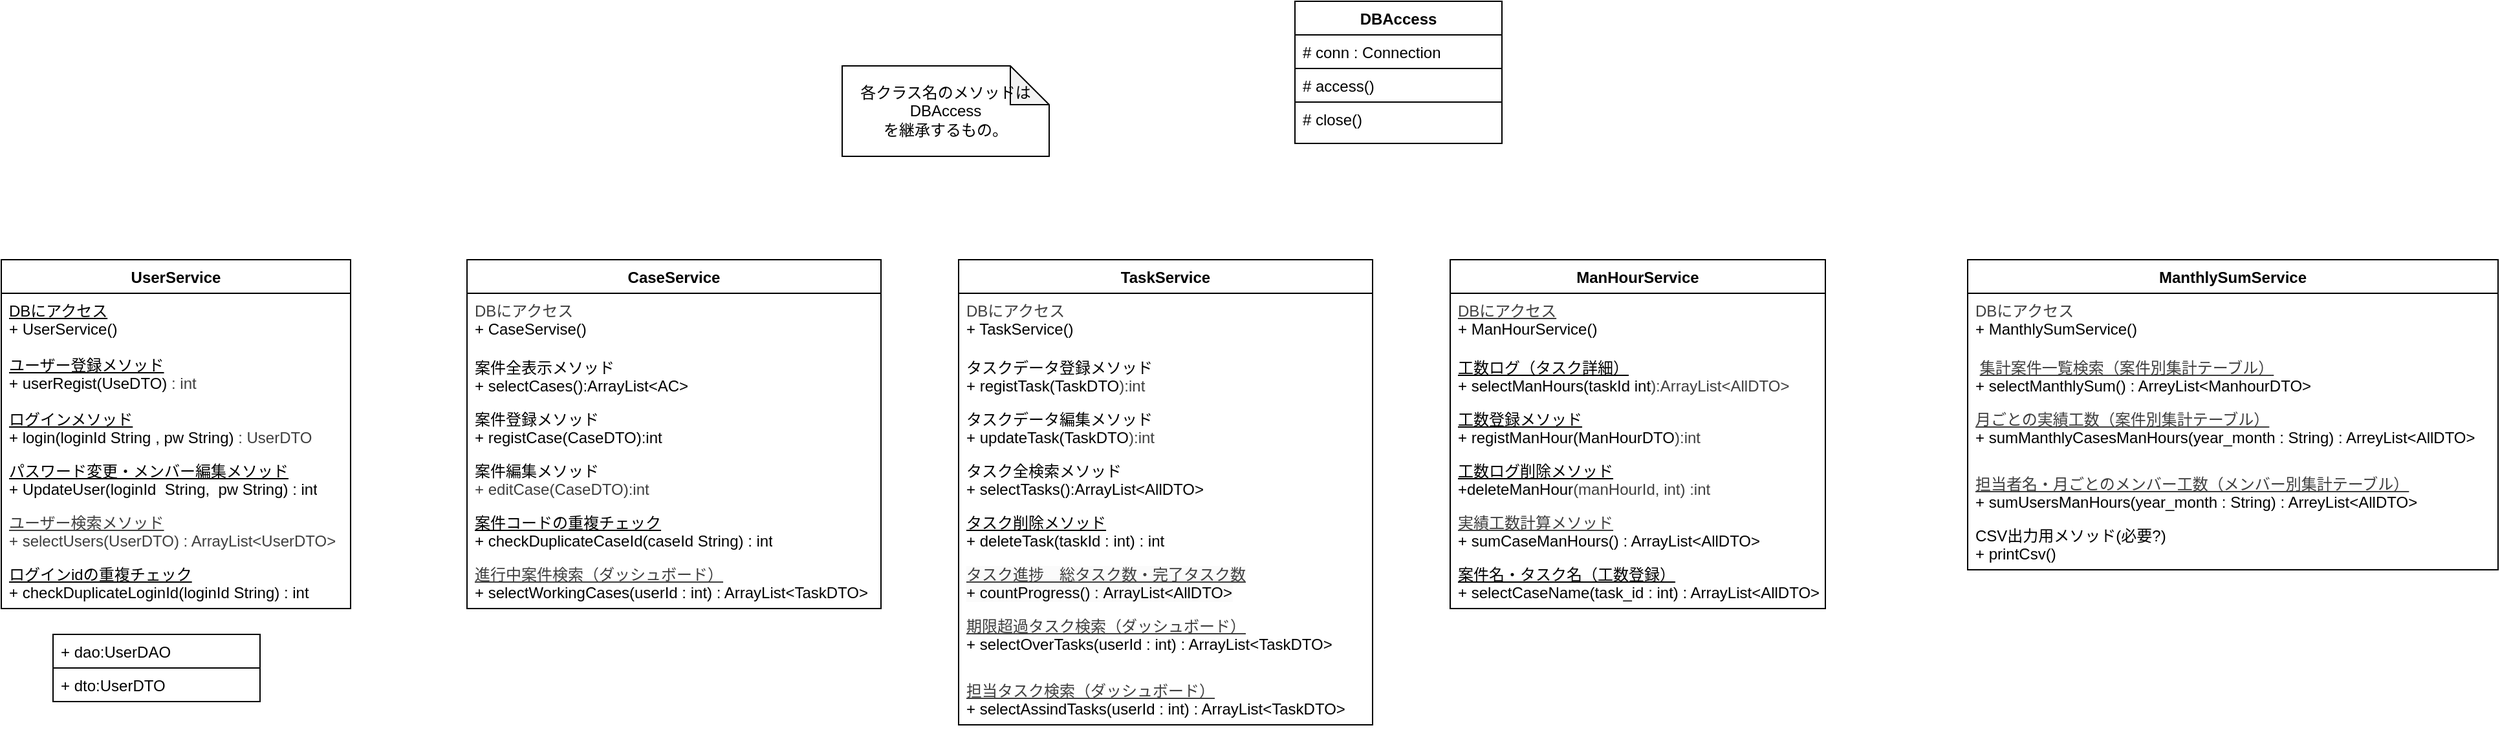
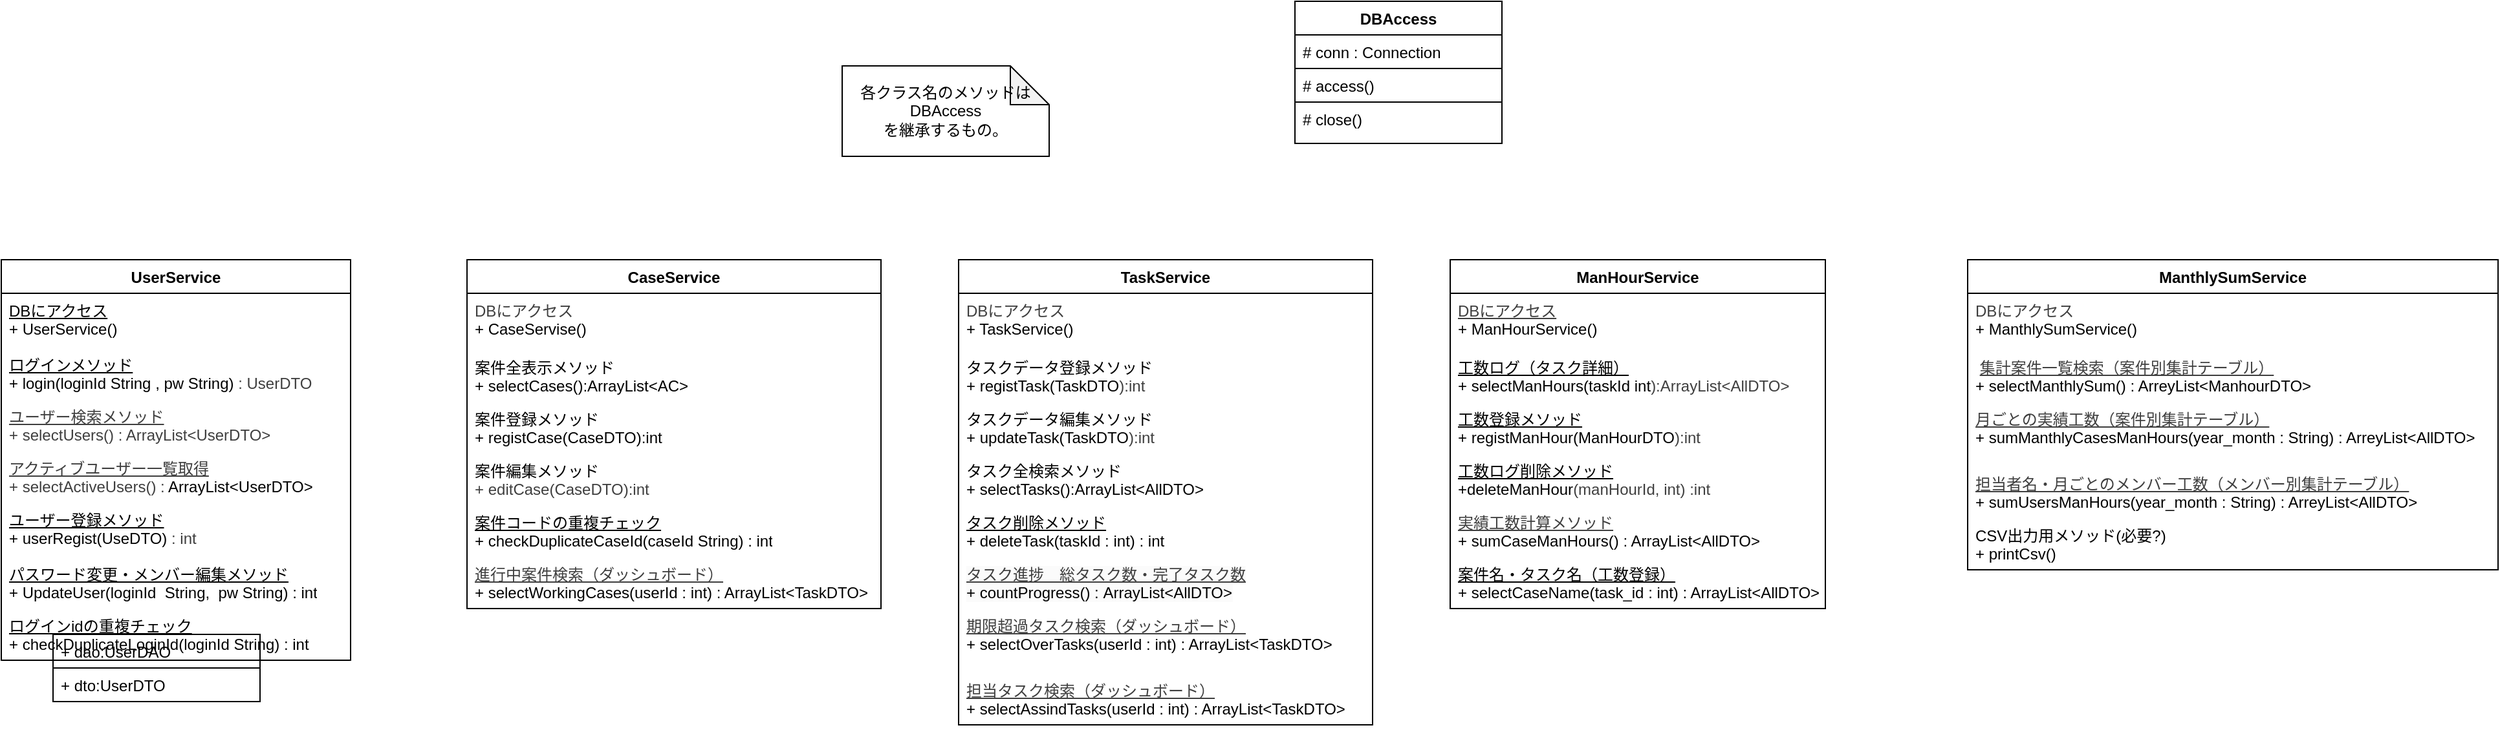
<mxfile host="65bd71144e">
    <diagram id="vtqDsGyhjbo1Ara4jLw-" name="クラス図　Service">
-         <mxGraphModel dx="1401" dy="1623" grid="1" gridSize="10" guides="1" tooltips="1" connect="1" arrows="1" fold="1" page="1" pageScale="1" pageWidth="827" pageHeight="1169" math="0" shadow="0">
+         <mxGraphModel dx="1334" dy="1657" grid="1" gridSize="10" guides="1" tooltips="1" connect="1" arrows="1" fold="1" page="1" pageScale="1" pageWidth="827" pageHeight="1169" math="0" shadow="0">
            <root>
                <mxCell id="0"/>
                <mxCell id="1" parent="0"/>
                <mxCell id="sEulbgWXGhEAaZwcWKiL-1" value="UserService" style="swimlane;fontStyle=1;align=center;verticalAlign=top;childLayout=stackLayout;horizontal=1;startSize=26;horizontalStack=0;resizeParent=1;resizeParentMax=0;resizeLast=0;collapsible=1;marginBottom=0;whiteSpace=wrap;html=1;strokeColor=default;" parent="1" vertex="1">
-                     <mxGeometry x="-640" y="-520" width="270" height="270" as="geometry"/>
+                     <mxGeometry x="-640" y="-520" width="270" height="310" as="geometry"/>
                </mxCell>
                <mxCell id="sEulbgWXGhEAaZwcWKiL-2" value="&lt;div&gt;&lt;font face=&quot;Helvetica&quot;&gt;&lt;u&gt;DBにアクセス&lt;/u&gt;&lt;/font&gt;&lt;/div&gt;&lt;font face=&quot;Helvetica&quot;&gt;+ UserService()&lt;/font&gt;" style="text;strokeColor=none;fillColor=none;align=left;verticalAlign=top;spacingLeft=4;spacingRight=4;overflow=hidden;rotatable=0;points=[[0,0.5],[1,0.5]];portConstraint=eastwest;whiteSpace=wrap;html=1;" parent="sEulbgWXGhEAaZwcWKiL-1" vertex="1">
                    <mxGeometry y="26" width="270" height="42" as="geometry"/>
                </mxCell>
+                 <mxCell id="sEulbgWXGhEAaZwcWKiL-4" value="&lt;div&gt;&lt;u&gt;ログインメソッド&lt;/u&gt;&lt;/div&gt;+ login(loginId String , pw String)&amp;nbsp;&lt;span style=&quot;color: rgb(63, 63, 63); background-color: transparent;&quot;&gt;: UserDTO&lt;/span&gt;" style="text;strokeColor=none;fillColor=none;align=left;verticalAlign=top;spacingLeft=4;spacingRight=4;overflow=hidden;rotatable=0;points=[[0,0.5],[1,0.5]];portConstraint=eastwest;whiteSpace=wrap;html=1;" parent="sEulbgWXGhEAaZwcWKiL-1" vertex="1">
+                     <mxGeometry y="68" width="270" height="40" as="geometry"/>
+                 </mxCell>
+                 <mxCell id="28" value="&lt;u style=&quot;color: rgb(63, 63, 63); scrollbar-color: rgb(226, 226, 226) rgb(251, 251, 251);&quot;&gt;ユーザー検索メソッド&lt;/u&gt;&lt;br style=&quot;color: rgb(63, 63, 63); scrollbar-color: rgb(226, 226, 226) rgb(251, 251, 251);&quot;&gt;&lt;div style=&quot;color: rgb(63, 63, 63); scrollbar-color: rgb(226, 226, 226) rgb(251, 251, 251);&quot;&gt;+ selectUsers() : &lt;span style=&quot;color: rgb(63, 63, 63); scrollbar-color: rgb(226, 226, 226) rgb(251, 251, 251); background-color: transparent;&quot;&gt;ArrayList&amp;lt;UserDTO&amp;gt;&lt;/span&gt;&lt;/div&gt;" style="text;strokeColor=none;fillColor=none;align=left;verticalAlign=top;spacingLeft=4;spacingRight=4;overflow=hidden;rotatable=0;points=[[0,0.5],[1,0.5]];portConstraint=eastwest;whiteSpace=wrap;html=1;" parent="sEulbgWXGhEAaZwcWKiL-1" vertex="1">
+                     <mxGeometry y="108" width="270" height="40" as="geometry"/>
+                 </mxCell>
+                 <mxCell id="55" value="&lt;u style=&quot;color: rgb(63, 63, 63); scrollbar-color: rgb(226, 226, 226) rgb(251, 251, 251);&quot;&gt;アクティブユーザー一覧取得&lt;/u&gt;&lt;div style=&quot;color: rgb(63, 63, 63); scrollbar-color: rgb(226, 226, 226) rgb(251, 251, 251);&quot;&gt;+ selectActiveUsers() : &lt;span style=&quot;scrollbar-color: rgb(226, 226, 226) rgb(251, 251, 251); background-color: transparent; color: rgb(0, 0, 0);&quot;&gt;ArrayList&amp;lt;UserDTO&amp;gt;&lt;/span&gt;&lt;/div&gt;" style="text;strokeColor=none;fillColor=none;align=left;verticalAlign=top;spacingLeft=4;spacingRight=4;overflow=hidden;rotatable=0;points=[[0,0.5],[1,0.5]];portConstraint=eastwest;whiteSpace=wrap;html=1;" vertex="1" parent="sEulbgWXGhEAaZwcWKiL-1">
+                     <mxGeometry y="148" width="270" height="40" as="geometry"/>
+                 </mxCell>
                <mxCell id="sEulbgWXGhEAaZwcWKiL-3" value="&lt;div&gt;&lt;font face=&quot;Helvetica&quot;&gt;&lt;u&gt;ユーザー登録メソッド&lt;/u&gt;&lt;/font&gt;&lt;/div&gt;&lt;font face=&quot;Helvetica&quot;&gt;+ userRegist(UseDTO)&amp;nbsp;&lt;/font&gt;&lt;span style=&quot;color: rgb(63, 63, 63); background-color: transparent;&quot;&gt;: int&lt;/span&gt;" style="text;strokeColor=none;fillColor=none;align=left;verticalAlign=top;spacingLeft=4;spacingRight=4;overflow=hidden;rotatable=0;points=[[0,0.5],[1,0.5]];portConstraint=eastwest;whiteSpace=wrap;html=1;" parent="sEulbgWXGhEAaZwcWKiL-1" vertex="1">
-                     <mxGeometry y="68" width="270" height="42" as="geometry"/>
-                 </mxCell>
-                 <mxCell id="sEulbgWXGhEAaZwcWKiL-4" value="&lt;div&gt;&lt;u&gt;ログインメソッド&lt;/u&gt;&lt;/div&gt;+ login(loginId String , pw String)&amp;nbsp;&lt;span style=&quot;color: rgb(63, 63, 63); background-color: transparent;&quot;&gt;: UserDTO&lt;/span&gt;" style="text;strokeColor=none;fillColor=none;align=left;verticalAlign=top;spacingLeft=4;spacingRight=4;overflow=hidden;rotatable=0;points=[[0,0.5],[1,0.5]];portConstraint=eastwest;whiteSpace=wrap;html=1;" parent="sEulbgWXGhEAaZwcWKiL-1" vertex="1">
-                     <mxGeometry y="110" width="270" height="40" as="geometry"/>
+                     <mxGeometry y="188" width="270" height="42" as="geometry"/>
                </mxCell>
                <mxCell id="sEulbgWXGhEAaZwcWKiL-5" value="&lt;u&gt;パスワード変更・メンバー編集メソッド&lt;/u&gt;&lt;div&gt;+ UpdateUser(loginId&amp;nbsp; String,&amp;nbsp; pw String) : int&lt;/div&gt;" style="text;strokeColor=none;fillColor=none;align=left;verticalAlign=top;spacingLeft=4;spacingRight=4;overflow=hidden;rotatable=0;points=[[0,0.5],[1,0.5]];portConstraint=eastwest;whiteSpace=wrap;html=1;" parent="sEulbgWXGhEAaZwcWKiL-1" vertex="1">
-                     <mxGeometry y="150" width="270" height="40" as="geometry"/>
-                 </mxCell>
-                 <mxCell id="28" value="&lt;u style=&quot;color: rgb(63, 63, 63); scrollbar-color: rgb(226, 226, 226) rgb(251, 251, 251);&quot;&gt;ユーザー検索メソッド&lt;/u&gt;&lt;br style=&quot;color: rgb(63, 63, 63); scrollbar-color: rgb(226, 226, 226) rgb(251, 251, 251);&quot;&gt;&lt;div style=&quot;color: rgb(63, 63, 63); scrollbar-color: rgb(226, 226, 226) rgb(251, 251, 251);&quot;&gt;+ selectUsers(UserDTO) : &lt;span style=&quot;color: rgb(63, 63, 63); scrollbar-color: rgb(226, 226, 226) rgb(251, 251, 251); background-color: transparent;&quot;&gt;ArrayList&amp;lt;UserDTO&amp;gt;&lt;/span&gt;&lt;/div&gt;" style="text;strokeColor=none;fillColor=none;align=left;verticalAlign=top;spacingLeft=4;spacingRight=4;overflow=hidden;rotatable=0;points=[[0,0.5],[1,0.5]];portConstraint=eastwest;whiteSpace=wrap;html=1;" parent="sEulbgWXGhEAaZwcWKiL-1" vertex="1">
-                     <mxGeometry y="190" width="270" height="40" as="geometry"/>
+                     <mxGeometry y="230" width="270" height="40" as="geometry"/>
                </mxCell>
                <mxCell id="52" value="&lt;u&gt;ログインidの重複チェック&lt;/u&gt;&lt;div&gt;+ checkDuplicateLoginId(loginId String) : int&lt;/div&gt;" style="text;strokeColor=none;fillColor=none;align=left;verticalAlign=top;spacingLeft=4;spacingRight=4;overflow=hidden;rotatable=0;points=[[0,0.5],[1,0.5]];portConstraint=eastwest;whiteSpace=wrap;html=1;" parent="sEulbgWXGhEAaZwcWKiL-1" vertex="1">
-                     <mxGeometry y="230" width="270" height="40" as="geometry"/>
+                     <mxGeometry y="270" width="270" height="40" as="geometry"/>
                </mxCell>
                <mxCell id="sEulbgWXGhEAaZwcWKiL-6" value="DBAccess" style="swimlane;fontStyle=1;align=center;verticalAlign=top;childLayout=stackLayout;horizontal=1;startSize=26;horizontalStack=0;resizeParent=1;resizeParentMax=0;resizeLast=0;collapsible=1;marginBottom=0;whiteSpace=wrap;html=1;strokeColor=default;" parent="1" vertex="1">
                    <mxGeometry x="360" y="-720" width="160" height="110" as="geometry"/>
                </mxCell>
                <mxCell id="sEulbgWXGhEAaZwcWKiL-7" value="# conn : Connection" style="text;strokeColor=default;fillColor=none;align=left;verticalAlign=top;spacingLeft=4;spacingRight=4;overflow=hidden;rotatable=0;points=[[0,0.5],[1,0.5]];portConstraint=eastwest;whiteSpace=wrap;html=1;" parent="sEulbgWXGhEAaZwcWKiL-6" vertex="1">
                    <mxGeometry y="26" width="160" height="26" as="geometry"/>
                </mxCell>
                <mxCell id="sEulbgWXGhEAaZwcWKiL-8" value="# access()" style="text;strokeColor=default;fillColor=none;align=left;verticalAlign=top;spacingLeft=4;spacingRight=4;overflow=hidden;rotatable=0;points=[[0,0.5],[1,0.5]];portConstraint=eastwest;whiteSpace=wrap;html=1;" parent="sEulbgWXGhEAaZwcWKiL-6" vertex="1">
                    <mxGeometry y="52" width="160" height="26" as="geometry"/>
                </mxCell>
                <mxCell id="sEulbgWXGhEAaZwcWKiL-9" value="# close()" style="text;strokeColor=default;fillColor=none;align=left;verticalAlign=top;spacingLeft=4;spacingRight=4;overflow=hidden;rotatable=0;points=[[0,0.5],[1,0.5]];portConstraint=eastwest;whiteSpace=wrap;html=1;" parent="sEulbgWXGhEAaZwcWKiL-6" vertex="1">
                    <mxGeometry y="78" width="160" height="32" as="geometry"/>
                </mxCell>
                <mxCell id="sEulbgWXGhEAaZwcWKiL-10" value="CaseService" style="swimlane;fontStyle=1;align=center;verticalAlign=top;childLayout=stackLayout;horizontal=1;startSize=26;horizontalStack=0;resizeParent=1;resizeParentMax=0;resizeLast=0;collapsible=1;marginBottom=0;whiteSpace=wrap;html=1;" parent="1" vertex="1">
                    <mxGeometry x="-280" y="-520" width="320" height="270" as="geometry"/>
                </mxCell>
                <mxCell id="sEulbgWXGhEAaZwcWKiL-11" value="&lt;div&gt;&lt;span style=&quot;color: rgb(63, 63, 63);&quot;&gt;DBにアクセス&lt;/span&gt;&lt;/div&gt;+ CaseServise()" style="text;strokeColor=none;fillColor=none;align=left;verticalAlign=top;spacingLeft=4;spacingRight=4;overflow=hidden;rotatable=0;points=[[0,0.5],[1,0.5]];portConstraint=eastwest;whiteSpace=wrap;html=1;" parent="sEulbgWXGhEAaZwcWKiL-10" vertex="1">
                    <mxGeometry y="26" width="320" height="44" as="geometry"/>
                </mxCell>
                <mxCell id="sEulbgWXGhEAaZwcWKiL-14" value="案件全表示メソッド&lt;div&gt;&lt;div&gt;&lt;font color=&quot;#000000&quot;&gt;+ selectCases(&lt;/font&gt;&lt;span style=&quot;background-color: transparent;&quot;&gt;):ArrayList&amp;lt;AC&amp;gt;&lt;/span&gt;&lt;/div&gt;&lt;/div&gt;" style="text;strokeColor=none;fillColor=none;align=left;verticalAlign=top;spacingLeft=4;spacingRight=4;overflow=hidden;rotatable=0;points=[[0,0.5],[1,0.5]];portConstraint=eastwest;whiteSpace=wrap;html=1;" parent="sEulbgWXGhEAaZwcWKiL-10" vertex="1">
                    <mxGeometry y="70" width="320" height="40" as="geometry"/>
                </mxCell>
                <mxCell id="sEulbgWXGhEAaZwcWKiL-12" value="案件登録メソッド&lt;div&gt;&lt;font color=&quot;#000000&quot;&gt;+ registCase(CaseDTO):int&lt;/font&gt;&lt;/div&gt;" style="text;strokeColor=none;fillColor=none;align=left;verticalAlign=top;spacingLeft=4;spacingRight=4;overflow=hidden;rotatable=0;points=[[0,0.5],[1,0.5]];portConstraint=eastwest;whiteSpace=wrap;html=1;" parent="sEulbgWXGhEAaZwcWKiL-10" vertex="1">
                    <mxGeometry y="110" width="320" height="40" as="geometry"/>
                </mxCell>
                <mxCell id="41" value="&lt;span style=&quot;color: rgb(0, 0, 0);&quot;&gt;案件編集メソッド&lt;/span&gt;&lt;div style=&quot;color: rgb(63, 63, 63); scrollbar-color: rgb(226, 226, 226) rgb(251, 251, 251);&quot;&gt;&lt;font style=&quot;scrollbar-color: rgb(226, 226, 226) rgb(251, 251, 251);&quot;&gt;+ editCase(CaseDTO&lt;/font&gt;&lt;span style=&quot;color: rgb(63, 63, 63); scrollbar-color: rgb(226, 226, 226) rgb(251, 251, 251); background-color: transparent;&quot;&gt;):int&lt;/span&gt;&lt;/div&gt;" style="text;strokeColor=none;fillColor=none;align=left;verticalAlign=top;spacingLeft=4;spacingRight=4;overflow=hidden;rotatable=0;points=[[0,0.5],[1,0.5]];portConstraint=eastwest;whiteSpace=wrap;html=1;" parent="sEulbgWXGhEAaZwcWKiL-10" vertex="1">
                    <mxGeometry y="150" width="320" height="40" as="geometry"/>
                </mxCell>
                <mxCell id="53" value="&lt;u&gt;案件コードの重複チェック&lt;/u&gt;&lt;div&gt;+ checkDuplicateCaseId(caseId String) : int&lt;/div&gt;" style="text;strokeColor=none;fillColor=none;align=left;verticalAlign=top;spacingLeft=4;spacingRight=4;overflow=hidden;rotatable=0;points=[[0,0.5],[1,0.5]];portConstraint=eastwest;whiteSpace=wrap;html=1;" parent="sEulbgWXGhEAaZwcWKiL-10" vertex="1">
                    <mxGeometry y="190" width="320" height="40" as="geometry"/>
                </mxCell>
-                 <mxCell id="54" value="&lt;div style=&quot;scrollbar-color: rgb(226, 226, 226) rgb(251, 251, 251); color: rgb(63, 63, 63);&quot;&gt;&lt;font style=&quot;scrollbar-color: rgb(226, 226, 226) rgb(251, 251, 251); color: rgb(63, 63, 63);&quot;&gt;&lt;u style=&quot;scrollbar-color: rgb(226, 226, 226) rgb(251, 251, 251); color: rgb(63, 63, 63);&quot;&gt;進行中案件検索（ダッシュボード）&lt;/u&gt;&lt;/font&gt;&lt;/div&gt;&lt;span style=&quot;scrollbar-color: rgb(226, 226, 226) rgb(251, 251, 251); color: rgb(0, 0, 0);&quot;&gt;+ selectWorkingCases(&lt;span style=&quot;scrollbar-color: rgb(226, 226, 226) rgb(251, 251, 251); color: rgb(0, 0, 0);&quot;&gt;userId : int&lt;/span&gt;) : ArrayList&amp;lt;TaskDTO&amp;gt;&lt;/span&gt;" style="text;strokeColor=none;fillColor=none;align=left;verticalAlign=top;spacingLeft=4;spacingRight=4;overflow=hidden;rotatable=0;points=[[0,0.5],[1,0.5]];portConstraint=eastwest;whiteSpace=wrap;html=1;" vertex="1" parent="sEulbgWXGhEAaZwcWKiL-10">
+                 <mxCell id="54" value="&lt;div style=&quot;scrollbar-color: rgb(226, 226, 226) rgb(251, 251, 251); color: rgb(63, 63, 63);&quot;&gt;&lt;font style=&quot;scrollbar-color: rgb(226, 226, 226) rgb(251, 251, 251); color: rgb(63, 63, 63);&quot;&gt;&lt;u style=&quot;scrollbar-color: rgb(226, 226, 226) rgb(251, 251, 251); color: rgb(63, 63, 63);&quot;&gt;進行中案件検索（ダッシュボード）&lt;/u&gt;&lt;/font&gt;&lt;/div&gt;&lt;span style=&quot;scrollbar-color: rgb(226, 226, 226) rgb(251, 251, 251); color: rgb(0, 0, 0);&quot;&gt;+ selectWorkingCases(&lt;span style=&quot;scrollbar-color: rgb(226, 226, 226) rgb(251, 251, 251); color: rgb(0, 0, 0);&quot;&gt;userId : int&lt;/span&gt;) : ArrayList&amp;lt;TaskDTO&amp;gt;&lt;/span&gt;" style="text;strokeColor=none;fillColor=none;align=left;verticalAlign=top;spacingLeft=4;spacingRight=4;overflow=hidden;rotatable=0;points=[[0,0.5],[1,0.5]];portConstraint=eastwest;whiteSpace=wrap;html=1;" parent="sEulbgWXGhEAaZwcWKiL-10" vertex="1">
                    <mxGeometry y="230" width="320" height="40" as="geometry"/>
                </mxCell>
                <mxCell id="sEulbgWXGhEAaZwcWKiL-26" value="ManHourService" style="swimlane;fontStyle=1;align=center;verticalAlign=top;childLayout=stackLayout;horizontal=1;startSize=26;horizontalStack=0;resizeParent=1;resizeParentMax=0;resizeLast=0;collapsible=1;marginBottom=0;whiteSpace=wrap;html=1;" parent="1" vertex="1">
                    <mxGeometry x="480" y="-520" width="290" height="270" as="geometry"/>
                </mxCell>
                <mxCell id="sEulbgWXGhEAaZwcWKiL-27" value="&lt;div&gt;&lt;span style=&quot;color: rgb(63, 63, 63);&quot;&gt;&lt;u&gt;DBにアクセス&lt;/u&gt;&lt;/span&gt;&lt;/div&gt;+ ManHourService()" style="text;strokeColor=none;fillColor=none;align=left;verticalAlign=top;spacingLeft=4;spacingRight=4;overflow=hidden;rotatable=0;points=[[0,0.5],[1,0.5]];portConstraint=eastwest;whiteSpace=wrap;html=1;" parent="sEulbgWXGhEAaZwcWKiL-26" vertex="1">
                    <mxGeometry y="26" width="290" height="44" as="geometry"/>
                </mxCell>
                <mxCell id="sEulbgWXGhEAaZwcWKiL-28" value="&lt;span style=&quot;color: rgb(0, 0, 0);&quot;&gt;&lt;u&gt;工数ログ（タスク詳細）&lt;/u&gt;&lt;/span&gt;&lt;div&gt;&lt;font color=&quot;#000000&quot;&gt;+ selectManHours(taskId int&lt;/font&gt;&lt;span style=&quot;background-color: transparent; color: rgb(63, 63, 63);&quot;&gt;):ArrayList&amp;lt;AllDTO&amp;gt;&lt;/span&gt;&lt;/div&gt;" style="text;strokeColor=none;fillColor=none;align=left;verticalAlign=top;spacingLeft=4;spacingRight=4;overflow=hidden;rotatable=0;points=[[0,0.5],[1,0.5]];portConstraint=eastwest;whiteSpace=wrap;html=1;" parent="sEulbgWXGhEAaZwcWKiL-26" vertex="1">
                    <mxGeometry y="70" width="290" height="40" as="geometry"/>
                </mxCell>
                <mxCell id="sEulbgWXGhEAaZwcWKiL-29" value="&lt;u&gt;工数登録メソッド&lt;/u&gt;&lt;div&gt;+ registManHour(ManHourDTO&lt;span style=&quot;color: rgb(63, 63, 63); background-color: transparent;&quot;&gt;):int&lt;/span&gt;&lt;/div&gt;" style="text;strokeColor=none;fillColor=none;align=left;verticalAlign=top;spacingLeft=4;spacingRight=4;overflow=hidden;rotatable=0;points=[[0,0.5],[1,0.5]];portConstraint=eastwest;whiteSpace=wrap;html=1;" parent="sEulbgWXGhEAaZwcWKiL-26" vertex="1">
                    <mxGeometry y="110" width="290" height="40" as="geometry"/>
                </mxCell>
                <mxCell id="sEulbgWXGhEAaZwcWKiL-30" value="&lt;u&gt;工数ログ削除メソッド&lt;/u&gt;&lt;div&gt;+deleteManHour&lt;span style=&quot;background-color: transparent; color: rgb(63, 63, 63);&quot;&gt;(manHourId, int) :int&lt;/span&gt;&lt;/div&gt;" style="text;strokeColor=none;fillColor=none;align=left;verticalAlign=top;spacingLeft=4;spacingRight=4;overflow=hidden;rotatable=0;points=[[0,0.5],[1,0.5]];portConstraint=eastwest;whiteSpace=wrap;html=1;" parent="sEulbgWXGhEAaZwcWKiL-26" vertex="1">
                    <mxGeometry y="150" width="290" height="40" as="geometry"/>
                </mxCell>
                <mxCell id="25" value="&lt;div style=&quot;scrollbar-color: rgb(226, 226, 226) rgb(251, 251, 251); color: rgb(63, 63, 63);&quot;&gt;&lt;u style=&quot;scrollbar-color: rgb(226, 226, 226) rgb(251, 251, 251); color: rgb(63, 63, 63);&quot;&gt;実績工数計算メソッド&lt;/u&gt;&lt;/div&gt;&lt;span style=&quot;scrollbar-color: rgb(226, 226, 226) rgb(251, 251, 251); color: rgb(0, 0, 0);&quot;&gt;+ sumCaseManHours() : &lt;/span&gt;&lt;span style=&quot;scrollbar-color: rgb(226, 226, 226) rgb(251, 251, 251); color: rgb(0, 0, 0);&quot;&gt;ArrayList&amp;lt;AllDTO&amp;gt;&lt;/span&gt;" style="text;strokeColor=none;fillColor=none;align=left;verticalAlign=top;spacingLeft=4;spacingRight=4;overflow=hidden;rotatable=0;points=[[0,0.5],[1,0.5]];portConstraint=eastwest;whiteSpace=wrap;html=1;" parent="sEulbgWXGhEAaZwcWKiL-26" vertex="1">
                    <mxGeometry y="190" width="290" height="40" as="geometry"/>
                </mxCell>
                <mxCell id="27" value="&lt;u&gt;案件名・タスク名（工数登録）&lt;/u&gt;&lt;div&gt;+ selectCaseName(task_id : int) : ArrayList&amp;lt;AllDTO&amp;gt;&lt;/div&gt;" style="text;strokeColor=none;fillColor=none;align=left;verticalAlign=top;spacingLeft=4;spacingRight=4;overflow=hidden;rotatable=0;points=[[0,0.5],[1,0.5]];portConstraint=eastwest;whiteSpace=wrap;html=1;" parent="sEulbgWXGhEAaZwcWKiL-26" vertex="1">
                    <mxGeometry y="230" width="290" height="40" as="geometry"/>
                </mxCell>
                <mxCell id="sEulbgWXGhEAaZwcWKiL-31" value="ManthlySumService" style="swimlane;fontStyle=1;align=center;verticalAlign=top;childLayout=stackLayout;horizontal=1;startSize=26;horizontalStack=0;resizeParent=1;resizeParentMax=0;resizeLast=0;collapsible=1;marginBottom=0;whiteSpace=wrap;html=1;" parent="1" vertex="1">
                    <mxGeometry x="880" y="-520" width="410" height="240" as="geometry"/>
                </mxCell>
                <mxCell id="sEulbgWXGhEAaZwcWKiL-32" value="&lt;div&gt;&lt;span style=&quot;color: rgb(63, 63, 63);&quot;&gt;DBにアクセス&lt;/span&gt;&lt;/div&gt;+ ManthlySumService()" style="text;strokeColor=none;fillColor=none;align=left;verticalAlign=top;spacingLeft=4;spacingRight=4;overflow=hidden;rotatable=0;points=[[0,0.5],[1,0.5]];portConstraint=eastwest;whiteSpace=wrap;html=1;" parent="sEulbgWXGhEAaZwcWKiL-31" vertex="1">
                    <mxGeometry y="26" width="410" height="44" as="geometry"/>
                </mxCell>
                <mxCell id="sEulbgWXGhEAaZwcWKiL-33" value="&amp;nbsp;&lt;u style=&quot;color: rgb(63, 63, 63); scrollbar-color: rgb(226, 226, 226) rgb(251, 251, 251);&quot;&gt;集計案件一覧検索（案件別集計テーブル）&lt;/u&gt;&lt;div&gt;+&amp;nbsp;&lt;span style=&quot;color: rgb(0, 0, 0); background-color: transparent;&quot;&gt;selectManthlySum() : ArreyList&amp;lt;ManhourDTO&amp;gt;&lt;/span&gt;&lt;/div&gt;" style="text;strokeColor=none;fillColor=none;align=left;verticalAlign=top;spacingLeft=4;spacingRight=4;overflow=hidden;rotatable=0;points=[[0,0.5],[1,0.5]];portConstraint=eastwest;whiteSpace=wrap;html=1;" parent="sEulbgWXGhEAaZwcWKiL-31" vertex="1">
                    <mxGeometry y="70" width="410" height="40" as="geometry"/>
                </mxCell>
                <mxCell id="sEulbgWXGhEAaZwcWKiL-34" value="&lt;div style=&quot;color: rgb(63, 63, 63); scrollbar-color: rgb(226, 226, 226) rgb(251, 251, 251);&quot;&gt;&lt;span style=&quot;scrollbar-color: rgb(226, 226, 226) rgb(251, 251, 251); color: rgb(0, 0, 0);&quot;&gt;&lt;u style=&quot;color: rgb(63, 63, 63); scrollbar-color: rgb(226, 226, 226) rgb(251, 251, 251);&quot;&gt;月ごとの実績工数（案件別集計テーブル）&lt;/u&gt;&lt;/span&gt;&lt;/div&gt;&lt;span style=&quot;scrollbar-color: rgb(226, 226, 226) rgb(251, 251, 251); color: rgb(0, 0, 0);&quot;&gt;+ sumManthlyCasesManHours&lt;span style=&quot;scrollbar-color: rgb(226, 226, 226) rgb(251, 251, 251); color: rgb(0, 0, 0);&quot;&gt;(year_month : String)&lt;/span&gt; : ArreyList&amp;lt;AllDTO&amp;gt;&lt;/span&gt;" style="text;strokeColor=none;fillColor=none;align=left;verticalAlign=top;spacingLeft=4;spacingRight=4;overflow=hidden;rotatable=0;points=[[0,0.5],[1,0.5]];portConstraint=eastwest;whiteSpace=wrap;html=1;" parent="sEulbgWXGhEAaZwcWKiL-31" vertex="1">
                    <mxGeometry y="110" width="410" height="50" as="geometry"/>
                </mxCell>
                <mxCell id="50" value="&lt;div style=&quot;color: rgb(63, 63, 63); scrollbar-color: rgb(226, 226, 226) rgb(251, 251, 251);&quot;&gt;&lt;u style=&quot;color: rgb(63, 63, 63); scrollbar-color: rgb(226, 226, 226) rgb(251, 251, 251);&quot;&gt;担当者名・月ごとのメンバー工数（メンバー別集計テーブル）&lt;/u&gt;&lt;/div&gt;&lt;span style=&quot;color: rgb(0, 0, 0);&quot;&gt;+ sumUsersManHours&lt;/span&gt;&lt;span style=&quot;scrollbar-color: rgb(226, 226, 226) rgb(251, 251, 251); color: rgb(0, 0, 0);&quot;&gt;(year_month : String)&lt;/span&gt;&lt;span style=&quot;color: rgb(0, 0, 0);&quot;&gt; : &lt;/span&gt;&lt;span style=&quot;scrollbar-color: rgb(226, 226, 226) rgb(251, 251, 251); color: rgb(0, 0, 0);&quot;&gt;ArreyList&amp;lt;AllDTO&amp;gt;&lt;/span&gt;" style="text;strokeColor=none;fillColor=none;align=left;verticalAlign=top;spacingLeft=4;spacingRight=4;overflow=hidden;rotatable=0;points=[[0,0.5],[1,0.5]];portConstraint=eastwest;whiteSpace=wrap;html=1;" parent="sEulbgWXGhEAaZwcWKiL-31" vertex="1">
                    <mxGeometry y="160" width="410" height="40" as="geometry"/>
                </mxCell>
                <mxCell id="sEulbgWXGhEAaZwcWKiL-35" value="CSV出力用メソッド(必要?)&lt;div&gt;+ printCsv()&lt;/div&gt;" style="text;strokeColor=none;fillColor=none;align=left;verticalAlign=top;spacingLeft=4;spacingRight=4;overflow=hidden;rotatable=0;points=[[0,0.5],[1,0.5]];portConstraint=eastwest;whiteSpace=wrap;html=1;" parent="sEulbgWXGhEAaZwcWKiL-31" vertex="1">
                    <mxGeometry y="200" width="410" height="40" as="geometry"/>
                </mxCell>
                <mxCell id="sEulbgWXGhEAaZwcWKiL-36" value="各クラス名のメソッドは&lt;br&gt;DBAccess&lt;div&gt;を継承するもの。&lt;/div&gt;" style="shape=note;whiteSpace=wrap;html=1;backgroundOutline=1;darkOpacity=0.05;" parent="1" vertex="1">
                    <mxGeometry x="10" y="-670" width="160" height="70" as="geometry"/>
                </mxCell>
                <mxCell id="sEulbgWXGhEAaZwcWKiL-38" value="+ dto:UserDTO" style="text;strokeColor=default;fillColor=none;align=left;verticalAlign=top;spacingLeft=4;spacingRight=4;overflow=hidden;rotatable=0;points=[[0,0.5],[1,0.5]];portConstraint=eastwest;whiteSpace=wrap;html=1;" parent="1" vertex="1">
                    <mxGeometry x="-600" y="-204" width="160" height="26" as="geometry"/>
                </mxCell>
                <mxCell id="sEulbgWXGhEAaZwcWKiL-39" value="+ dao:UserDAO" style="text;strokeColor=default;fillColor=none;align=left;verticalAlign=top;spacingLeft=4;spacingRight=4;overflow=hidden;rotatable=0;points=[[0,0.5],[1,0.5]];portConstraint=eastwest;whiteSpace=wrap;html=1;" parent="1" vertex="1">
                    <mxGeometry x="-600" y="-230" width="160" height="26" as="geometry"/>
                </mxCell>
                <mxCell id="29" value="TaskService" style="swimlane;fontStyle=1;align=center;verticalAlign=top;childLayout=stackLayout;horizontal=1;startSize=26;horizontalStack=0;resizeParent=1;resizeParentMax=0;resizeLast=0;collapsible=1;marginBottom=0;whiteSpace=wrap;html=1;" parent="1" vertex="1">
                    <mxGeometry x="100" y="-520" width="320" height="360" as="geometry"/>
                </mxCell>
                <mxCell id="30" value="&lt;div&gt;&lt;span style=&quot;color: rgb(63, 63, 63);&quot;&gt;DBにアクセス&lt;/span&gt;&lt;/div&gt;+ TaskService()" style="text;strokeColor=none;fillColor=none;align=left;verticalAlign=top;spacingLeft=4;spacingRight=4;overflow=hidden;rotatable=0;points=[[0,0.5],[1,0.5]];portConstraint=eastwest;whiteSpace=wrap;html=1;" parent="29" vertex="1">
                    <mxGeometry y="26" width="320" height="44" as="geometry"/>
                </mxCell>
                <mxCell id="31" value="タスクデータ登録メソッド&lt;div&gt;+ registTask(TaskDTO&lt;span style=&quot;color: rgb(63, 63, 63); background-color: transparent;&quot;&gt;):int&lt;/span&gt;&lt;/div&gt;" style="text;strokeColor=none;fillColor=none;align=left;verticalAlign=top;spacingLeft=4;spacingRight=4;overflow=hidden;rotatable=0;points=[[0,0.5],[1,0.5]];portConstraint=eastwest;whiteSpace=wrap;html=1;" parent="29" vertex="1">
                    <mxGeometry y="70" width="320" height="40" as="geometry"/>
                </mxCell>
                <mxCell id="32" value="タスクデータ編集メソッド&lt;div&gt;+ updateTask(TaskDTO&lt;span style=&quot;color: rgb(63, 63, 63); background-color: transparent;&quot;&gt;):int&lt;/span&gt;&lt;/div&gt;" style="text;strokeColor=none;fillColor=none;align=left;verticalAlign=top;spacingLeft=4;spacingRight=4;overflow=hidden;rotatable=0;points=[[0,0.5],[1,0.5]];portConstraint=eastwest;whiteSpace=wrap;html=1;" parent="29" vertex="1">
                    <mxGeometry y="110" width="320" height="40" as="geometry"/>
                </mxCell>
                <mxCell id="33" value="タスク全検索メソッド&lt;div&gt;&lt;font color=&quot;#000000&quot;&gt;+ selectTasks():ArrayList&amp;lt;AllDTO&amp;gt;&lt;/font&gt;&lt;/div&gt;" style="text;strokeColor=none;fillColor=none;align=left;verticalAlign=top;spacingLeft=4;spacingRight=4;overflow=hidden;rotatable=0;points=[[0,0.5],[1,0.5]];portConstraint=eastwest;whiteSpace=wrap;html=1;" parent="29" vertex="1">
                    <mxGeometry y="150" width="320" height="40" as="geometry"/>
                </mxCell>
                <mxCell id="51" value="&lt;u&gt;タスク削除メソッド&lt;/u&gt;&lt;div&gt;&lt;font style=&quot;color: rgb(0, 0, 0);&quot;&gt;+ deleteTask(taskId : int) : int&lt;/font&gt;&lt;/div&gt;" style="text;strokeColor=none;fillColor=none;align=left;verticalAlign=top;spacingLeft=4;spacingRight=4;overflow=hidden;rotatable=0;points=[[0,0.5],[1,0.5]];portConstraint=eastwest;whiteSpace=wrap;html=1;" parent="29" vertex="1">
                    <mxGeometry y="190" width="320" height="40" as="geometry"/>
                </mxCell>
                <mxCell id="47" value="&lt;div style=&quot;forced-color-adjust: none; color: rgb(63, 63, 63); scrollbar-color: rgb(226, 226, 226) rgb(251, 251, 251); font-family: Helvetica; font-size: 12px; font-style: normal; font-variant-ligatures: normal; font-variant-caps: normal; font-weight: 400; letter-spacing: normal; orphans: 2; text-align: left; text-indent: 0px; text-transform: none; widows: 2; word-spacing: 0px; -webkit-text-stroke-width: 0px; white-space: normal; background-color: rgb(251, 251, 251); text-decoration-thickness: initial; text-decoration-style: initial; text-decoration-color: initial;&quot;&gt;&lt;u style=&quot;forced-color-adjust: none; color: rgb(63, 63, 63); scrollbar-color: rgb(226, 226, 226) rgb(251, 251, 251);&quot;&gt;タスク進捗　総タスク数・完了タスク数&lt;/u&gt;&lt;/div&gt;&lt;span style=&quot;color: rgb(0, 0, 0); font-family: Helvetica; font-size: 12px; font-style: normal; font-variant-ligatures: normal; font-variant-caps: normal; font-weight: 400; letter-spacing: normal; orphans: 2; text-align: left; text-indent: 0px; text-transform: none; widows: 2; word-spacing: 0px; -webkit-text-stroke-width: 0px; white-space: normal; background-color: rgb(251, 251, 251); text-decoration-thickness: initial; text-decoration-style: initial; text-decoration-color: initial; float: none; display: inline !important;&quot;&gt;+ countProgress() :&amp;nbsp;&lt;/span&gt;&lt;span style=&quot;forced-color-adjust: none; color: light-dark(rgb(0, 0, 0), rgb(237, 237, 237)); scrollbar-color: rgb(226, 226, 226) rgb(251, 251, 251); font-family: Helvetica; font-size: 12px; font-style: normal; font-variant-ligatures: normal; font-variant-caps: normal; font-weight: 400; letter-spacing: normal; orphans: 2; text-align: left; text-indent: 0px; text-transform: none; widows: 2; word-spacing: 0px; -webkit-text-stroke-width: 0px; white-space: normal; background-color: rgb(251, 251, 251); text-decoration-thickness: initial; text-decoration-style: initial; text-decoration-color: initial;&quot;&gt;ArrayList&amp;lt;AllDTO&amp;gt;&lt;/span&gt;&lt;div&gt;&lt;br/&gt;&lt;/div&gt;" style="text;strokeColor=none;fillColor=none;align=left;verticalAlign=top;spacingLeft=4;spacingRight=4;overflow=hidden;rotatable=0;points=[[0,0.5],[1,0.5]];portConstraint=eastwest;whiteSpace=wrap;html=1;" parent="29" vertex="1">
                    <mxGeometry y="230" width="320" height="40" as="geometry"/>
                </mxCell>
                <mxCell id="45" value="&lt;div style=&quot;scrollbar-color: rgb(226, 226, 226) rgb(251, 251, 251); color: rgb(63, 63, 63);&quot;&gt;&lt;font style=&quot;color: rgb(63, 63, 63); scrollbar-color: rgb(226, 226, 226) rgb(251, 251, 251);&quot;&gt;&lt;u style=&quot;scrollbar-color: rgb(226, 226, 226) rgb(251, 251, 251); color: rgb(63, 63, 63);&quot;&gt;期限超過タスク検索（ダッシュボード）&lt;/u&gt;&lt;/font&gt;&lt;/div&gt;&lt;span style=&quot;scrollbar-color: rgb(226, 226, 226) rgb(251, 251, 251); color: rgb(0, 0, 0);&quot;&gt;+ selectOverTasks(&lt;span style=&quot;scrollbar-color: rgb(226, 226, 226) rgb(251, 251, 251); color: rgb(0, 0, 0);&quot;&gt;userId : int&lt;/span&gt;) : ArrayList&amp;lt;TaskDTO&amp;gt;&lt;/span&gt;" style="text;strokeColor=none;fillColor=none;align=left;verticalAlign=top;spacingLeft=4;spacingRight=4;overflow=hidden;rotatable=0;points=[[0,0.5],[1,0.5]];portConstraint=eastwest;whiteSpace=wrap;html=1;" parent="29" vertex="1">
                    <mxGeometry y="270" width="320" height="50" as="geometry"/>
                </mxCell>
                <mxCell id="44" value="&lt;div style=&quot;scrollbar-color: rgb(226, 226, 226) rgb(251, 251, 251); color: rgb(63, 63, 63);&quot;&gt;&lt;span style=&quot;scrollbar-color: rgb(226, 226, 226) rgb(251, 251, 251); color: rgb(0, 0, 0);&quot;&gt;&lt;u style=&quot;scrollbar-color: rgb(226, 226, 226) rgb(251, 251, 251); color: rgb(63, 63, 63);&quot;&gt;担当タスク検索（ダッシュボード）&lt;/u&gt;&lt;/span&gt;&lt;/div&gt;&lt;span style=&quot;scrollbar-color: rgb(226, 226, 226) rgb(251, 251, 251); color: rgb(0, 0, 0);&quot;&gt;+ selectAssindTasks(&lt;span style=&quot;scrollbar-color: rgb(226, 226, 226) rgb(251, 251, 251); color: rgb(0, 0, 0);&quot;&gt;userId : int&lt;/span&gt;) : ArrayList&amp;lt;TaskDTO&amp;gt;&lt;/span&gt;" style="text;strokeColor=none;fillColor=none;align=left;verticalAlign=top;spacingLeft=4;spacingRight=4;overflow=hidden;rotatable=0;points=[[0,0.5],[1,0.5]];portConstraint=eastwest;whiteSpace=wrap;html=1;" parent="29" vertex="1">
                    <mxGeometry y="320" width="320" height="40" as="geometry"/>
                </mxCell>
            </root>
        </mxGraphModel>
    </diagram>
</mxfile>